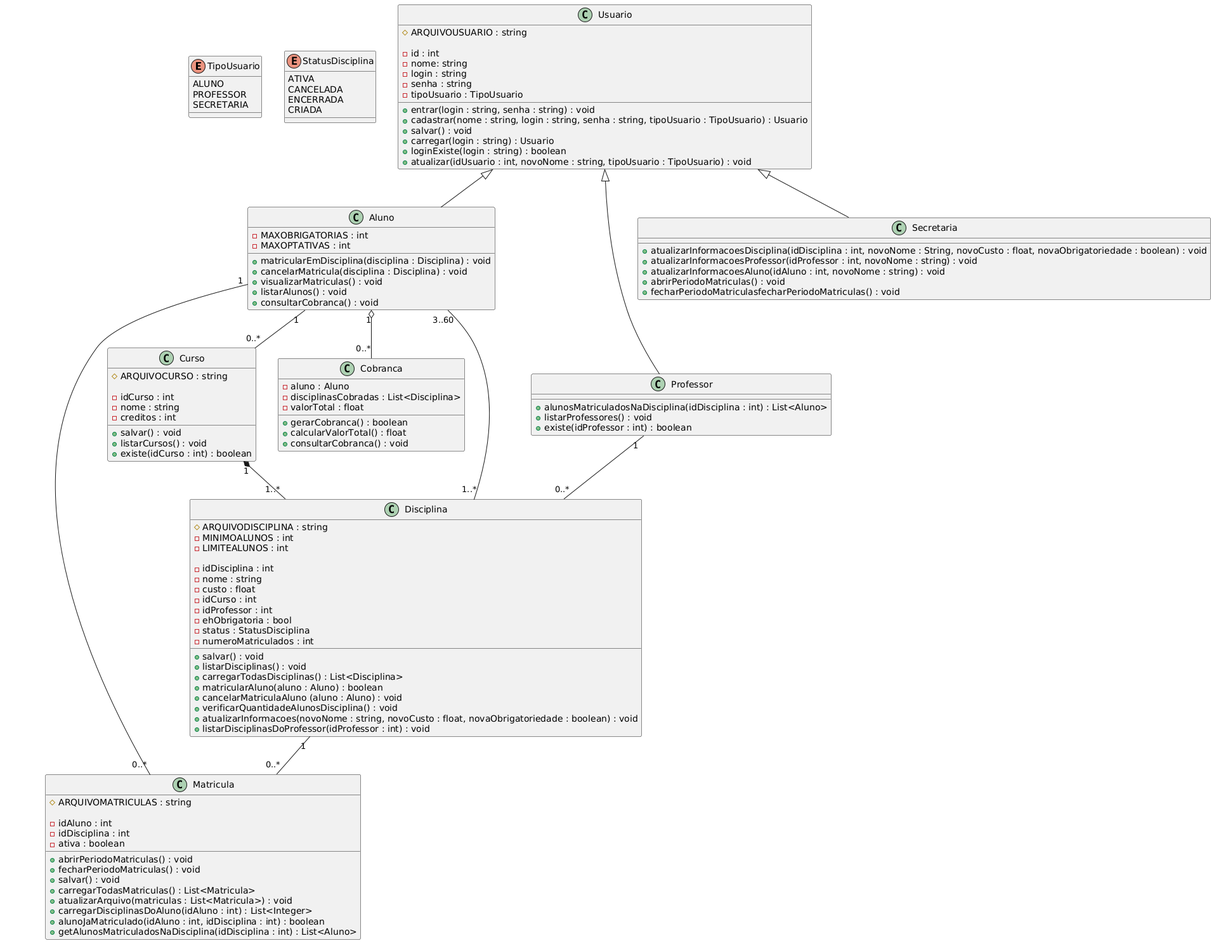
Before: project/diagrams/classdiagram.png, a diagram exported from PlantUML (iannovais/LDS-matriculas).
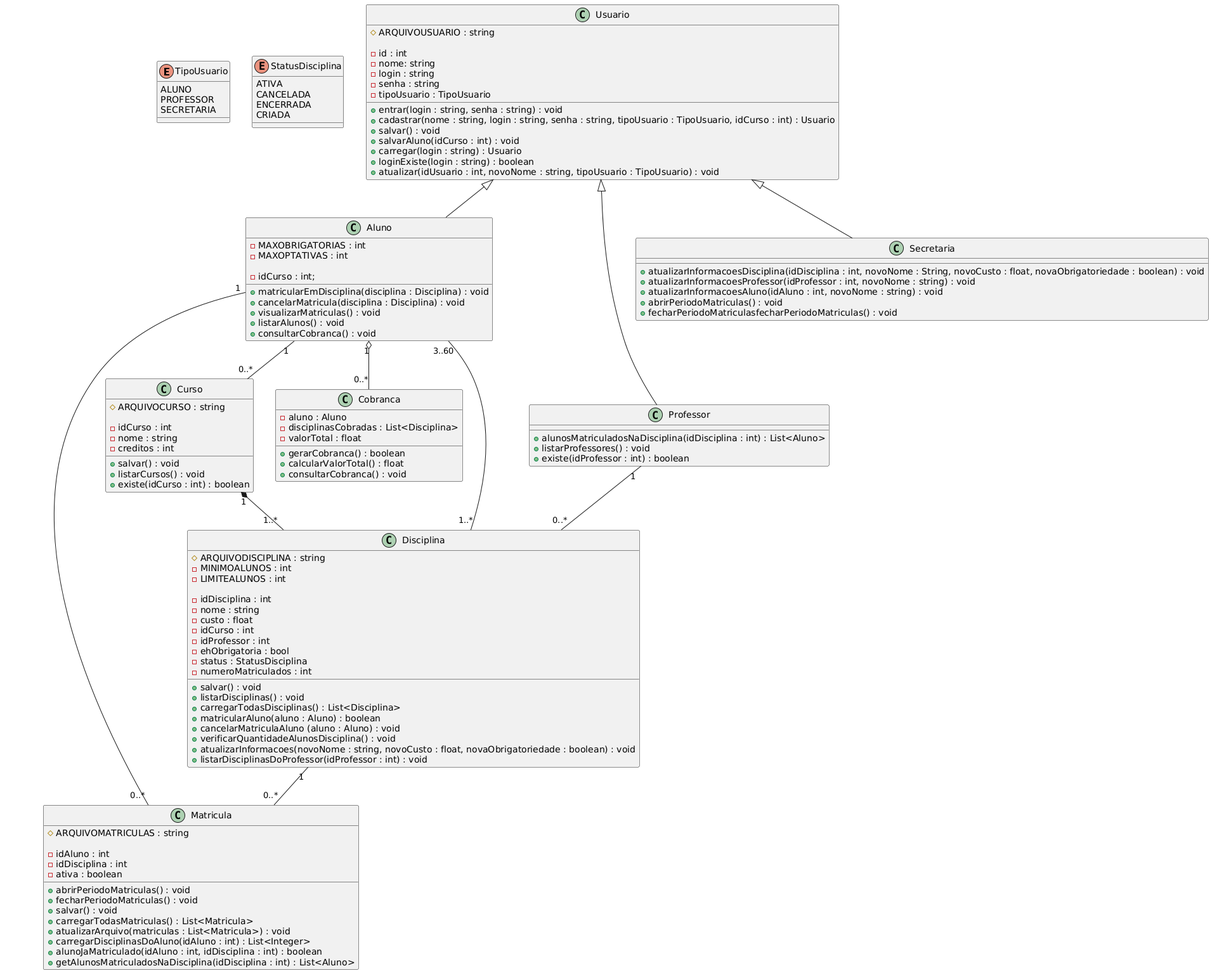
After the commit.

Commit message:
Atualizado diagrama

Diff of the diagram source:
```diff
@@ -22,8 +22,9 @@
     - tipoUsuario : TipoUsuario
 
     + entrar(login : string, senha : string) : void
-    + cadastrar(nome : string, login : string, senha : string, tipoUsuario : TipoUsuario) : Usuario
+    + cadastrar(nome : string, login : string, senha : string, tipoUsuario : TipoUsuario, idCurso : int) : Usuario
     + salvar() : void
+    + salvarAluno(idCurso : int) : void
     + carregar(login : string) : Usuario
     + loginExiste(login : string) : boolean
     + atualizar(idUsuario : int, novoNome : string, tipoUsuario : TipoUsuario) : void
@@ -32,6 +33,8 @@
 class Aluno {
     - MAXOBRIGATORIAS : int
     - MAXOPTATIVAS : int
+
+    - idCurso : int;
 
     + matricularEmDisciplina(disciplina : Disciplina) : void
     + cancelarMatricula(disciplina : Disciplina) : void
```
